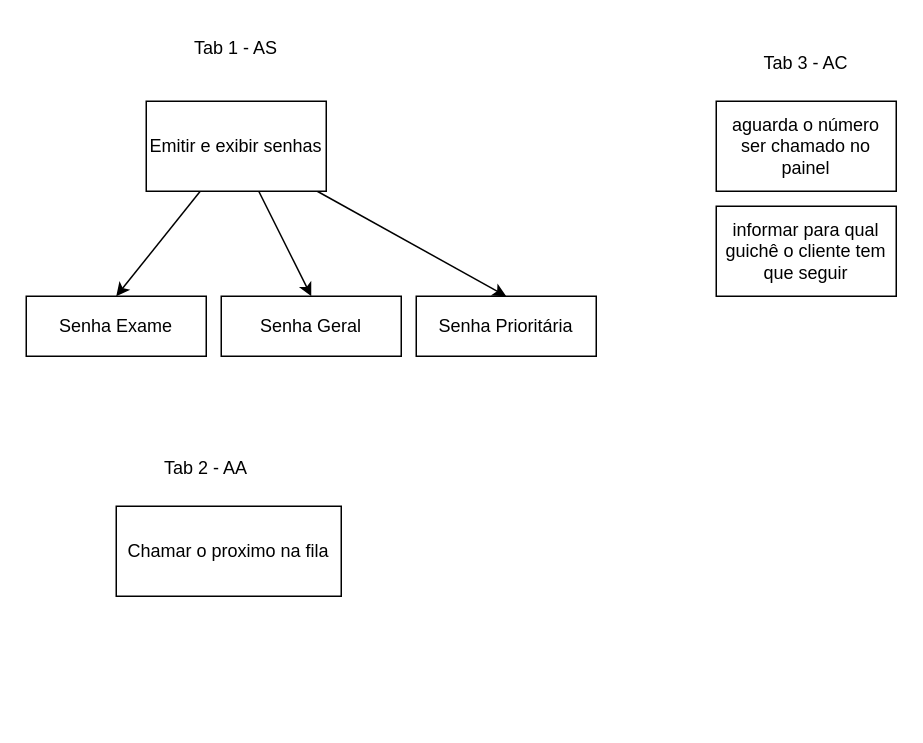
This is diagrama.drawio from nn-gomes/sistema-para-controle-de-atendimento, a draw.io file, before an edit. Source tidied: cells renumbered, new cells numbered last; positions are measured from the earlier drawing's top-left corner, leaving out a move shared by most shapes. Both pictures are drawn from the tidied source at 150%, with x=0, y=0 at pixel (26, 26).
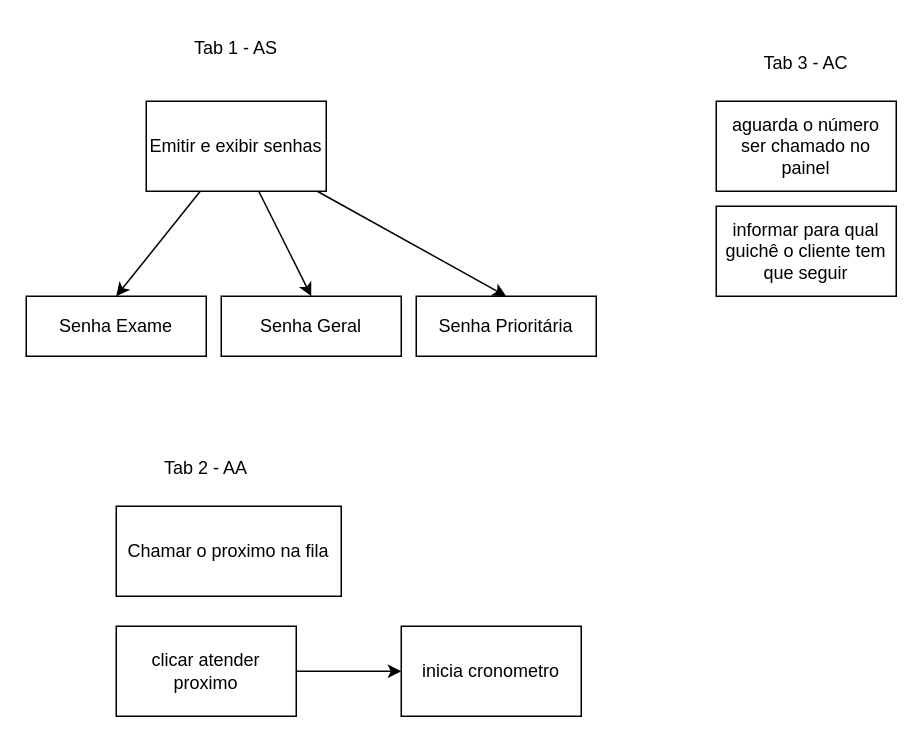
After the change.

What changed in the source:
```diff
@@
 <mxGraphModel>
   <root>
     <mxCell id="0" />
     <mxCell id="1" parent="0" />
     <mxCell id="2" style="edgeStyle=none;html=1;entryX=0.5;entryY=0;entryDx=0;entryDy=0;" parent="1" edge="1" source="5" target="12">
       <mxGeometry relative="1" as="geometry" />
     </mxCell>
     <mxCell id="3" style="edgeStyle=none;html=1;entryX=0.5;entryY=0;entryDx=0;entryDy=0;" parent="1" edge="1" source="5" target="13">
       <mxGeometry relative="1" as="geometry" />
     </mxCell>
     <mxCell id="4" style="edgeStyle=none;html=1;entryX=0.5;entryY=0;entryDx=0;entryDy=0;" parent="1" edge="1" source="5" target="14">
       <mxGeometry relative="1" as="geometry" />
     </mxCell>
     <mxCell id="5" value="Emitir e exibir senhas" style="rounded=0;whiteSpace=wrap;html=1;" parent="1" vertex="1">
       <mxGeometry x="80" y="50" width="120" height="60" as="geometry" />
     </mxCell>
     <mxCell id="6" value="Tab 1 - AS" style="text;strokeColor=none;align=center;fillColor=none;html=1;verticalAlign=middle;whiteSpace=wrap;rounded=0;" parent="1" vertex="1">
       <mxGeometry x="110" width="60" height="30" as="geometry" />
     </mxCell>
     <mxCell id="7" value="Tab 2 - AA" style="text;strokeColor=none;align=center;fillColor=none;html=1;verticalAlign=middle;whiteSpace=wrap;rounded=0;" parent="1" vertex="1">
       <mxGeometry x="90" y="280" width="60" height="30" as="geometry" />
     </mxCell>
     <mxCell id="8" value="Chamar o proximo na fila" style="rounded=0;whiteSpace=wrap;html=1;" parent="1" vertex="1">
       <mxGeometry x="60" y="320" width="150" height="60" as="geometry" />
     </mxCell>
     <mxCell id="9" value="Tab 3 - AC" style="text;strokeColor=none;align=center;fillColor=none;html=1;verticalAlign=middle;whiteSpace=wrap;rounded=0;" parent="1" vertex="1">
       <mxGeometry x="490" y="10" width="60" height="30" as="geometry" />
     </mxCell>
     <mxCell id="10" value="aguarda o número ser chamado no painel" style="rounded=0;whiteSpace=wrap;html=1;" parent="1" vertex="1">
       <mxGeometry x="460" y="50" width="120" height="60" as="geometry" />
     </mxCell>
     <mxCell id="11" value="informar para qual guichê o cliente tem que seguir" style="rounded=0;whiteSpace=wrap;html=1;" parent="1" vertex="1">
       <mxGeometry x="460" y="120" width="120" height="60" as="geometry" />
     </mxCell>
     <mxCell id="12" value="Senha Prioritária" style="rounded=0;whiteSpace=wrap;html=1;" parent="1" vertex="1">
       <mxGeometry x="260" y="180" width="120" height="40" as="geometry" />
     </mxCell>
     <mxCell id="13" value="Senha Geral" style="rounded=0;whiteSpace=wrap;html=1;" parent="1" vertex="1">
       <mxGeometry x="130" y="180" width="120" height="40" as="geometry" />
     </mxCell>
     <mxCell id="14" value="Senha Exame" style="rounded=0;whiteSpace=wrap;html=1;" parent="1" vertex="1">
       <mxGeometry y="180" width="120" height="40" as="geometry" />
     </mxCell>
+    <mxCell id="15" style="edgeStyle=none;html=1;entryX=0;entryY=0.5;entryDx=0;entryDy=0;" parent="1" edge="1" source="16" target="17">
+      <mxGeometry relative="1" as="geometry" />
+    </mxCell>
+    <mxCell id="16" value="clicar atender proximo" style="rounded=0;whiteSpace=wrap;html=1;" parent="1" vertex="1">
+      <mxGeometry x="60" y="400" width="120" height="60" as="geometry" />
+    </mxCell>
+    <mxCell id="17" value="inicia cronometro" style="rounded=0;whiteSpace=wrap;html=1;" parent="1" vertex="1">
+      <mxGeometry x="250" y="400" width="120" height="60" as="geometry" />
+    </mxCell>
   </root>
 </mxGraphModel>
```
